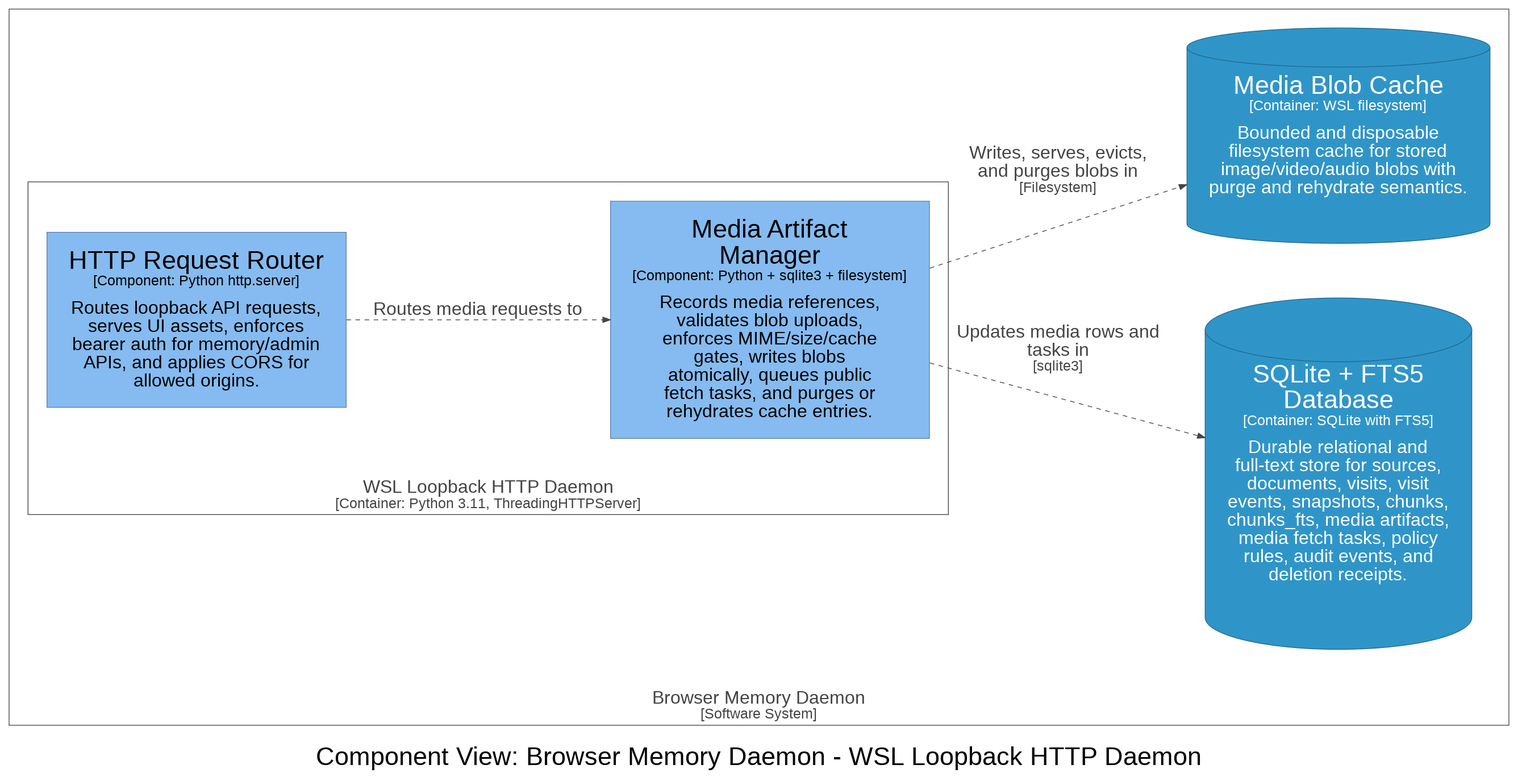
Before: architecture/diagrams/dot-rendered/structurizr-DaemonMediaComponents.png, a diagram exported from Graphviz (michaelnicks0/browser-memory-daemon). Its source is kept beside it as architecture/diagrams/dot/structurizr-DaemonMediaComponents.dot.
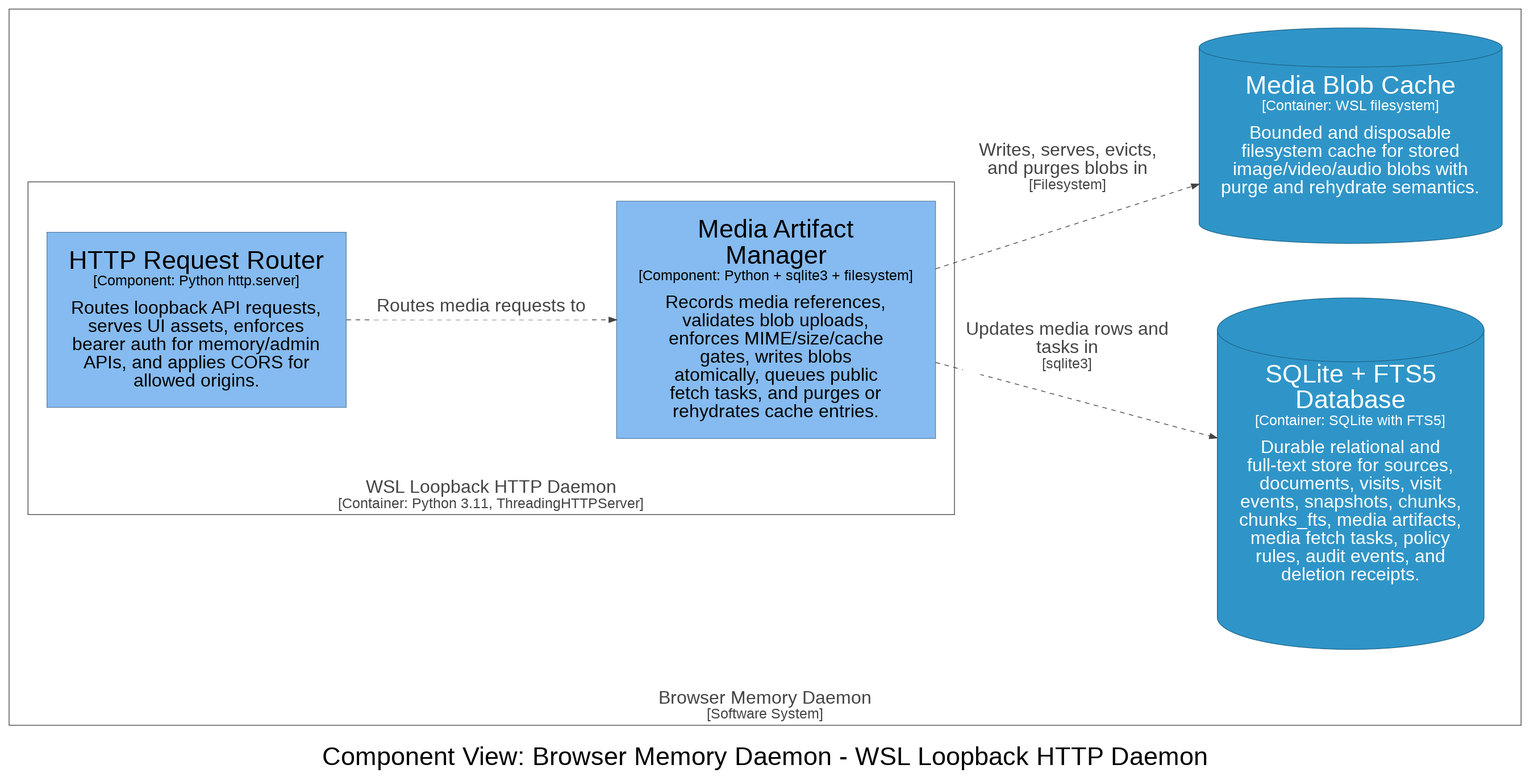
After the commit.

The edit, as a diff of the source:
```diff
@@ -29,8 +29,8 @@
     29 [id=29,shape=cylinder, label=<<font point-size="34">Media Blob Cache</font><br /><font point-size="19">[Container: WSL filesystem]</font><br /><br /><font point-size="24">Bounded and disposable<br />filesystem cache for stored<br />image/video/audio blobs with<br />purge and rehydrate semantics.</font>>, style=filled, color="#20688c", fillcolor="#2f95c8", fontcolor="#ffffff"]
   }
 
-  15 -> 20 [id=65, label=<<font point-size="24">Routes media requests to</font>>, style="dashed", color="#444444", fontcolor="#444444"]
-  20 -> 27 [id=74, label=<<font point-size="24">Updates media rows and<br />tasks in</font><br /><font point-size="19">[sqlite3]</font>>, style="dashed", color="#444444", fontcolor="#444444"]
-  20 -> 29 [id=75, label=<<font point-size="24">Writes, serves, evicts,<br />and purges blobs in</font><br /><font point-size="19">[Filesystem]</font>>, style="dashed", color="#444444", fontcolor="#444444"]
+  15 -> 20 [id=65, label=<<TABLE BORDER="0" CELLBORDER="0" CELLSPACING="0" CELLPADDING="4" BGCOLOR="white"><TR><TD><font point-size="24">Routes media requests to</font></TD></TR></TABLE>>, style="dashed", color="#444444", fontcolor="#444444"]
+  20 -> 27 [id=74, label=<<TABLE BORDER="0" CELLBORDER="0" CELLSPACING="0" CELLPADDING="4" BGCOLOR="white"><TR><TD><font point-size="24">Updates media rows and<br />tasks in</font><br /><font point-size="19">[sqlite3]</font></TD></TR></TABLE>>, style="dashed", color="#444444", fontcolor="#444444"]
+  20 -> 29 [id=75, label=<<TABLE BORDER="0" CELLBORDER="0" CELLSPACING="0" CELLPADDING="4" BGCOLOR="white"><TR><TD><font point-size="24">Writes, serves, evicts,<br />and purges blobs in</font><br /><font point-size="19">[Filesystem]</font></TD></TR></TABLE>>, style="dashed", color="#444444", fontcolor="#444444"]
 
 }
```
